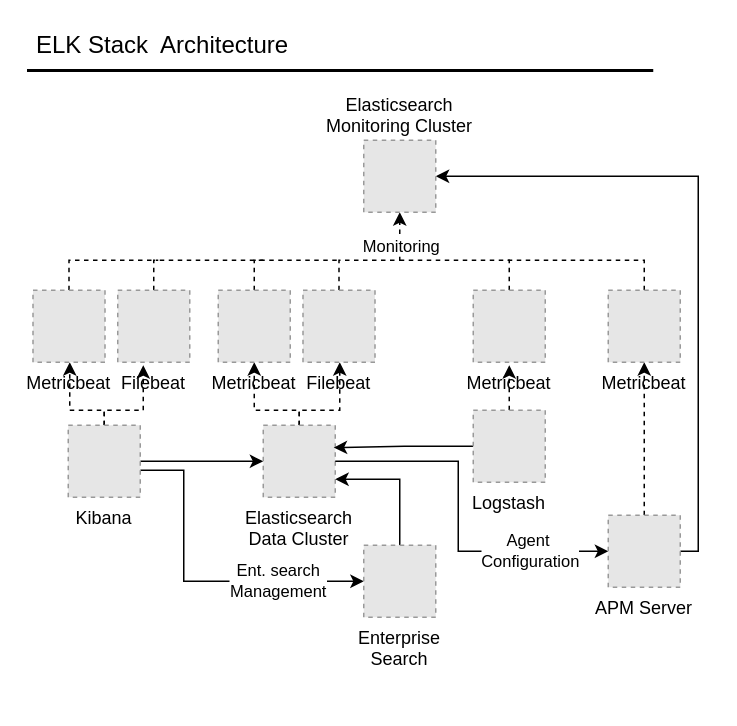
This is page "Copy of ELK Stack" (3 of 4) of img/AWS-Components.drawio from elk-ansible/elk-ansible-deployment, a draw.io file, before an edit. Source tidied: cells renumbered, new cells numbered last; positions are measured from the earlier drawing's top-left corner, leaving out a move shared by most shapes. Both pictures are drawn from the tidied source at 150%, with x=0, y=0 at pixel (26, 26). Pictures stored in the file or linked from it are replaced by grey dashed boxes.
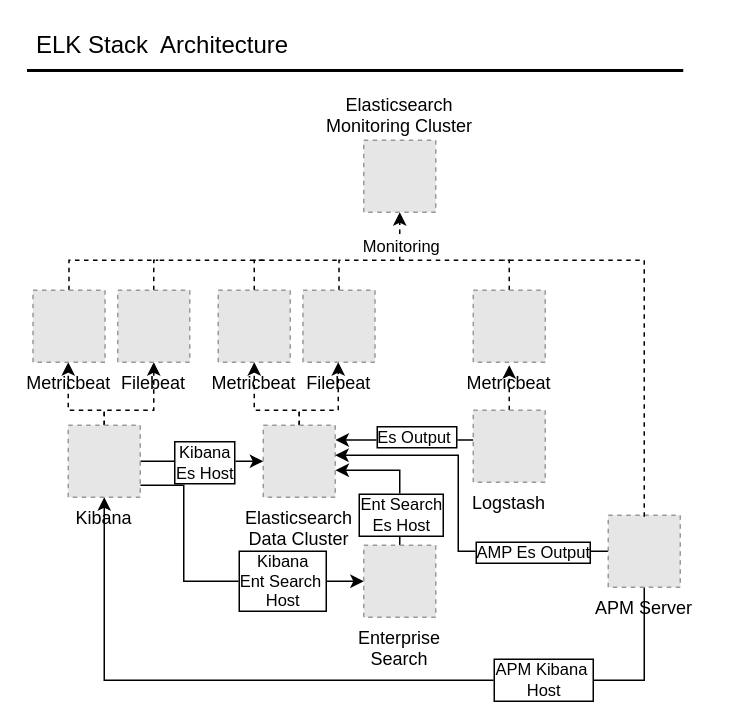
After the change.

Unchanged cells that the change refers to:
```xml
<mxCell id="2" style="edgeStyle=orthogonalEdgeStyle;rounded=0;jettySize=auto;html=1;startArrow=none;startFill=0;fontColor=#000000;" parent="1" edge="1" source="6" target="9">
  <mxGeometry relative="1" as="geometry" />
</mxCell>
<mxCell id="6" value="Kibana" style="fillColor=#E6E6E6;strokeColor=#999999;dashed=1;verticalLabelPosition=bottom;verticalAlign=top;fontColor=#000000;" parent="1" vertex="1">
  <mxGeometry x="28" y="266" width="48" height="48" as="geometry" />
</mxCell>
<mxCell id="9" value="Elasticsearch&#10;Data Cluster" style="fillColor=#E6E6E6;strokeColor=#999999;dashed=1;verticalLabelPosition=bottom;verticalAlign=top;fontColor=#000000;" parent="1" vertex="1">
  <mxGeometry x="158" y="266" width="48" height="48" as="geometry" />
</mxCell>
<mxCell id="12" value="Logstash" style="fillColor=#E6E6E6;strokeColor=#999999;dashed=1;verticalLabelPosition=bottom;verticalAlign=top;fontColor=#000000;" parent="1" vertex="1">
  <mxGeometry x="298" y="256" width="48" height="48" as="geometry" />
</mxCell>
<mxCell id="14" value="Enterprise&#10;Search" style="fillColor=#E6E6E6;strokeColor=#999999;dashed=1;verticalLabelPosition=bottom;labelBackgroundColor=#ffffff;verticalAlign=top;" parent="1" vertex="1">
  <mxGeometry x="225" y="346" width="48" height="48" as="geometry" />
</mxCell>
<mxCell id="16" value="Filebeat" style="fillColor=#E6E6E6;strokeColor=#999999;dashed=1;verticalLabelPosition=bottom;verticalAlign=top;fontColor=#000000;" parent="1" vertex="1">
  <mxGeometry x="184.5" y="176" width="48" height="48" as="geometry" />
</mxCell>
<mxCell id="21" value="APM Server" style="fillColor=#E6E6E6;strokeColor=#999999;dashed=1;verticalLabelPosition=bottom;verticalAlign=top;fontColor=#000000;" parent="1" vertex="1">
  <mxGeometry x="388" y="326" width="48" height="48" as="geometry" />
</mxCell>
<mxCell id="22" value="Elasticsearch&#10;Monitoring Cluster" style="fillColor=#E6E6E6;strokeColor=#999999;dashed=1;verticalLabelPosition=top;verticalAlign=bottom;fontColor=#000000;labelPosition=center;align=center;" parent="1" vertex="1">
  <mxGeometry x="225" y="76" width="48" height="48" as="geometry" />
</mxCell>
<mxCell id="33" value="Filebeat" style="fillColor=#E6E6E6;strokeColor=#999999;dashed=1;verticalLabelPosition=bottom;verticalAlign=top;fontColor=#000000;" parent="1" vertex="1">
  <mxGeometry x="61" y="176" width="48" height="48" as="geometry" />
</mxCell>
<mxCell id="35" value="Metricbeat" style="fillColor=#E6E6E6;strokeColor=#999999;dashed=1;verticalLabelPosition=bottom;verticalAlign=top;fontColor=#000000;" parent="1" vertex="1">
  <mxGeometry x="4.5" y="176" width="48" height="48" as="geometry" />
</mxCell>
```

The edit, as a diff of the source:
```diff
@@
+    <mxCell id="36" value="Kibana&lt;br&gt;Es Host" style="edgeLabel;html=1;align=center;verticalAlign=middle;labelBorderColor=default;" parent="2" vertex="1">
+      <mxGeometry x="0.17" y="1" relative="1" as="geometry">
+        <mxPoint x="-6" y="1" as="offset" />
+      </mxGeometry>
+    </mxCell>
-    <mxCell id="3" value="Ent. search &lt;br&gt;Management" style="edgeStyle=orthogonalEdgeStyle;rounded=0;jettySize=auto;html=1;entryX=0;entryY=0.5;entryDx=0;entryDy=0;startArrow=none;startFill=0;fontColor=#000000;" parent="1" edge="1" source="6" target="14">
+    <mxCell id="3" value="Kibana&lt;br&gt;Ent Search&amp;nbsp;&lt;br&gt;Host" style="edgeStyle=orthogonalEdgeStyle;rounded=0;jettySize=auto;html=1;entryX=0;entryY=0.5;entryDx=0;entryDy=0;startArrow=none;startFill=0;fontColor=#000000;labelBorderColor=default;" parent="1" edge="1" source="6" target="14">
       <mxGeometry x="0.49" relative="1" as="geometry">
         <Array as="points">
-          <mxPoint x="105" y="296" />
+          <mxPoint x="105" y="306" />
           <mxPoint x="105" y="370" />
         </Array>
       </mxGeometry>
     </mxCell>
     <mxCell id="4" style="edgeStyle=orthogonalEdgeStyle;rounded=0;jettySize=auto;html=1;dashed=1;endArrow=classic;endFill=1;" parent="1" edge="1" source="6" target="35">
       <mxGeometry relative="1" as="geometry">
         <Array as="points">
           <mxPoint x="52" y="256" />
-          <mxPoint x="29" y="256" />
+          <mxPoint x="28" y="256" />
         </Array>
       </mxGeometry>
     </mxCell>
-    <mxCell id="5" style="edgeStyle=orthogonalEdgeStyle;rounded=0;jettySize=auto;html=1;dashed=1;endArrow=classic;endFill=1;" parent="1" edge="1" source="6">
+    <mxCell id="5" style="edgeStyle=orthogonalEdgeStyle;rounded=0;jettySize=auto;html=1;dashed=1;endArrow=classic;endFill=1;entryX=0.5;entryY=1;entryDx=0;entryDy=0;" parent="1" edge="1" source="6" target="33">
       <mxGeometry relative="1" as="geometry">
-        <mxPoint x="78" y="226" as="targetPoint" />
         <Array as="points">
           <mxPoint x="52" y="256" />
-          <mxPoint x="78" y="256" />
+          <mxPoint x="85" y="256" />
         </Array>
       </mxGeometry>
     </mxCell>
@@
     <mxCell id="7" style="edgeStyle=orthogonalEdgeStyle;rounded=0;jettySize=auto;html=1;dashed=1;" parent="1" edge="1" source="9" target="16">
       <mxGeometry relative="1" as="geometry">
         <Array as="points">
           <mxPoint x="182" y="256" />
-          <mxPoint x="209" y="256" />
+          <mxPoint x="208" y="256" />
         </Array>
       </mxGeometry>
     </mxCell>
@@
-    <mxCell id="10" style="edgeStyle=orthogonalEdgeStyle;rounded=0;jettySize=auto;html=1;entryX=0.978;entryY=0.31;entryDx=0;entryDy=0;entryPerimeter=0;" parent="1" edge="1" source="12" target="9">
-      <mxGeometry relative="1" as="geometry" />
+    <mxCell id="10" style="edgeStyle=orthogonalEdgeStyle;rounded=0;jettySize=auto;html=1;entryX=1.003;entryY=0.205;entryDx=0;entryDy=0;entryPerimeter=0;" parent="1" edge="1" source="12" target="9">
+      <mxGeometry relative="1" as="geometry">
+        <Array as="points">
+          <mxPoint x="258" y="276" />
+        </Array>
+      </mxGeometry>
     </mxCell>
+    <mxCell id="37" value="Es Output&amp;nbsp;" style="edgeLabel;html=1;align=center;verticalAlign=middle;labelBorderColor=default;" parent="10" vertex="1">
+      <mxGeometry x="-0.14" y="-2" relative="1" as="geometry" />
+    </mxCell>
@@
-    <mxCell id="13" style="edgeStyle=orthogonalEdgeStyle;rounded=0;jettySize=auto;html=1;entryX=1;entryY=0.75;entryDx=0;entryDy=0;startArrow=none;startFill=0;fontColor=#000000;" parent="1" edge="1" source="14" target="9">
+    <mxCell id="13" style="edgeStyle=orthogonalEdgeStyle;rounded=0;jettySize=auto;html=1;entryX=1.004;entryY=0.625;entryDx=0;entryDy=0;entryPerimeter=0;exitX=0.5;exitY=0;exitDx=0;exitDy=0;" parent="1" edge="1" source="14" target="9">
       <mxGeometry relative="1" as="geometry">
         <Array as="points">
-          <mxPoint x="249" y="302" />
+          <mxPoint x="249" y="296" />
         </Array>
       </mxGeometry>
     </mxCell>
+    <mxCell id="38" value="Ent Search&lt;br&gt;Es Host" style="edgeLabel;html=1;align=center;verticalAlign=middle;labelBorderColor=default;" parent="13" vertex="1">
+      <mxGeometry x="-0.64" y="-1" relative="1" as="geometry">
+        <mxPoint x="-1" y="-4" as="offset" />
+      </mxGeometry>
+    </mxCell>
@@
-    <mxCell id="17" style="edgeStyle=orthogonalEdgeStyle;rounded=0;jettySize=auto;html=1;dashed=1;" parent="1" edge="1" source="21" target="31">
-      <mxGeometry relative="1" as="geometry" />
-    </mxCell>
-    <mxCell id="18" style="edgeStyle=orthogonalEdgeStyle;rounded=0;jettySize=auto;html=1;entryX=1;entryY=0.5;entryDx=0;entryDy=0;startArrow=classic;startFill=1;endArrow=none;endFill=0;" parent="1" edge="1" source="21" target="9">
+    <mxCell id="18" style="edgeStyle=orthogonalEdgeStyle;rounded=0;jettySize=auto;html=1;startArrow=none;startFill=0;endArrow=classic;endFill=1;" parent="1" edge="1" source="21" target="6">
       <mxGeometry relative="1" as="geometry">
         <Array as="points">
-          <mxPoint x="288" y="350" />
-          <mxPoint x="288" y="290" />
+          <mxPoint x="412" y="436" />
+          <mxPoint x="52" y="436" />
         </Array>
       </mxGeometry>
     </mxCell>
-    <mxCell id="19" value="Agent&amp;nbsp;&lt;br&gt;Configuration" style="edgeLabel;html=1;align=center;verticalAlign=middle;" parent="18" vertex="1">
-      <mxGeometry x="-0.56" y="-1" relative="1" as="geometry" />
+    <mxCell id="19" value="APM Kibana&amp;nbsp;&lt;br&gt;Host" style="edgeLabel;html=1;align=center;verticalAlign=middle;labelBorderColor=default;" parent="18" vertex="1">
+      <mxGeometry x="-0.56" y="-1" relative="1" as="geometry">
+        <mxPoint x="-10" as="offset" />
+      </mxGeometry>
     </mxCell>
-    <mxCell id="20" style="edgeStyle=orthogonalEdgeStyle;rounded=0;jettySize=auto;html=1;endArrow=classic;endFill=1;" parent="1" edge="1" source="21" target="22">
-      <mxGeometry relative="1" as="geometry">
-        <Array as="points">
-          <mxPoint x="448" y="350" />
-          <mxPoint x="448" y="100" />
-        </Array>
-      </mxGeometry>
-    </mxCell>
+    <mxCell id="39" style="edgeStyle=orthogonalEdgeStyle;rounded=0;jettySize=auto;html=1;" parent="1" edge="1" source="21">
+      <mxGeometry relative="1" as="geometry">
+        <mxPoint x="206" y="286" as="targetPoint" />
+        <Array as="points">
+          <mxPoint x="288" y="350" />
+          <mxPoint x="288" y="286" />
+          <mxPoint x="206" y="286" />
+        </Array>
+      </mxGeometry>
+    </mxCell>
+    <mxCell id="40" value="AMP Es Output" style="edgeLabel;html=1;align=center;verticalAlign=middle;labelBorderColor=default;" parent="39" vertex="1">
+      <mxGeometry x="-0.63" relative="1" as="geometry">
+        <mxPoint x="-5" as="offset" />
+      </mxGeometry>
+    </mxCell>
@@
     <mxCell id="26" style="line;strokeWidth=2;html=1;fontSize=14;" parent="1" vertex="1">
-      <mxGeometry x="0.5" y="24.5" width="417.5" height="10" as="geometry" />
+      <mxGeometry x="0.5" y="24.5" width="437.5" height="10" as="geometry" />
     </mxCell>
@@
-    <mxCell id="30" style="edgeStyle=orthogonalEdgeStyle;rounded=0;jettySize=auto;html=1;dashed=1;endArrow=none;endFill=0;" parent="1" edge="1" source="31">
+    <mxCell id="30" style="edgeStyle=orthogonalEdgeStyle;rounded=0;orthogonalLoop=1;jettySize=auto;html=1;dashed=1;endArrow=none;endFill=0;" parent="1" edge="1">
       <mxGeometry relative="1" as="geometry">
+        <mxPoint x="412" y="327" as="sourcePoint" />
         <mxPoint x="318" y="156" as="targetPoint" />
         <Array as="points">
+          <mxPoint x="412" y="327" />
           <mxPoint x="412" y="156" />
         </Array>
       </mxGeometry>
     </mxCell>
-    <mxCell id="31" value="Metricbeat" style="fillColor=#E6E6E6;strokeColor=#999999;dashed=1;verticalLabelPosition=bottom;verticalAlign=top;fontColor=#000000;" parent="1" vertex="1">
-      <mxGeometry x="388" y="176" width="48" height="48" as="geometry" />
-    </mxCell>
```
